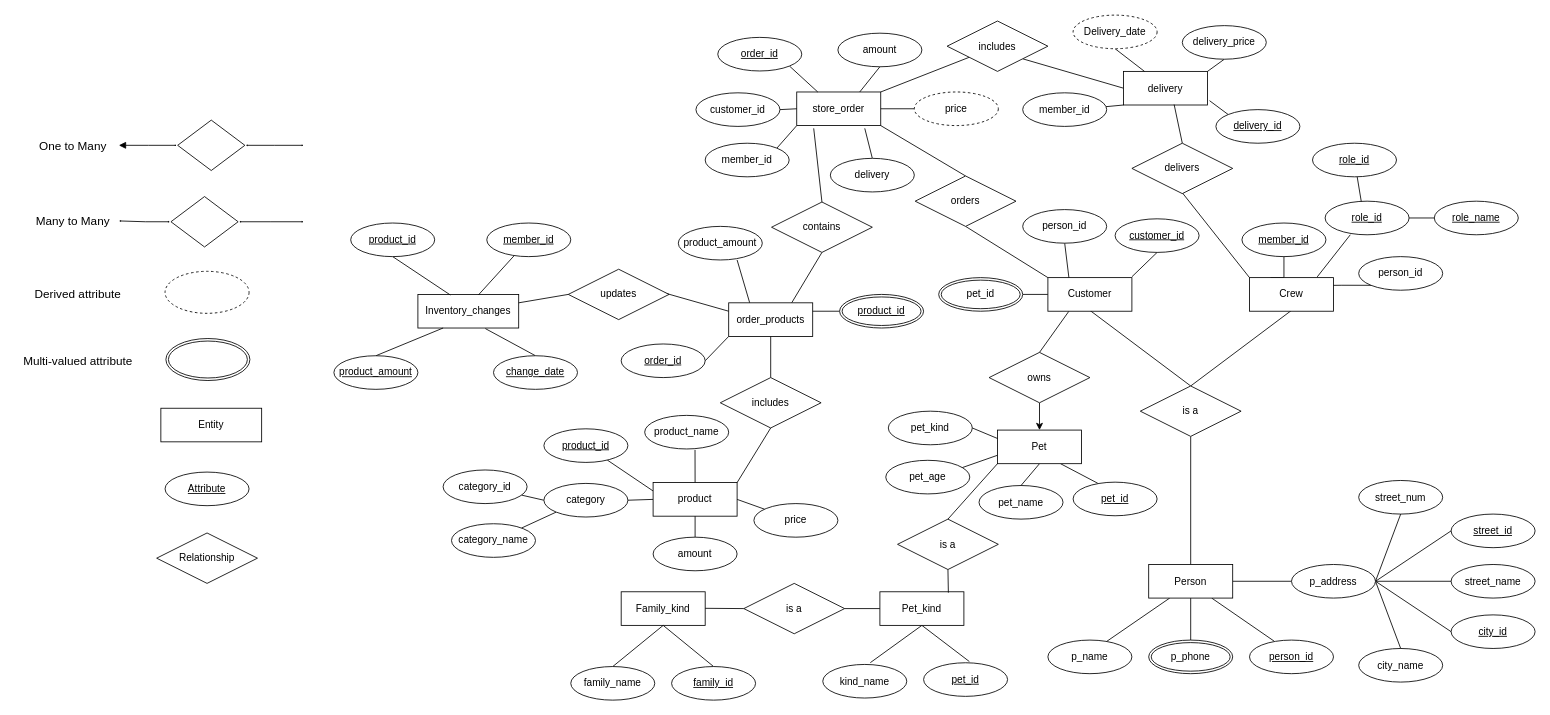
avivmoyal1/SQL_Project keeps this draw.io diagram as page 3 of 4 of pet_store.drawio. Above is the earlier version. Source tidied: cells renumbered, new cells numbered last; positions are measured from the earlier drawing's top-left corner, leaving out a move shared by most shapes. Both pictures are drawn from the tidied source at 84%, with x=0, y=0 at pixel (14, 14).
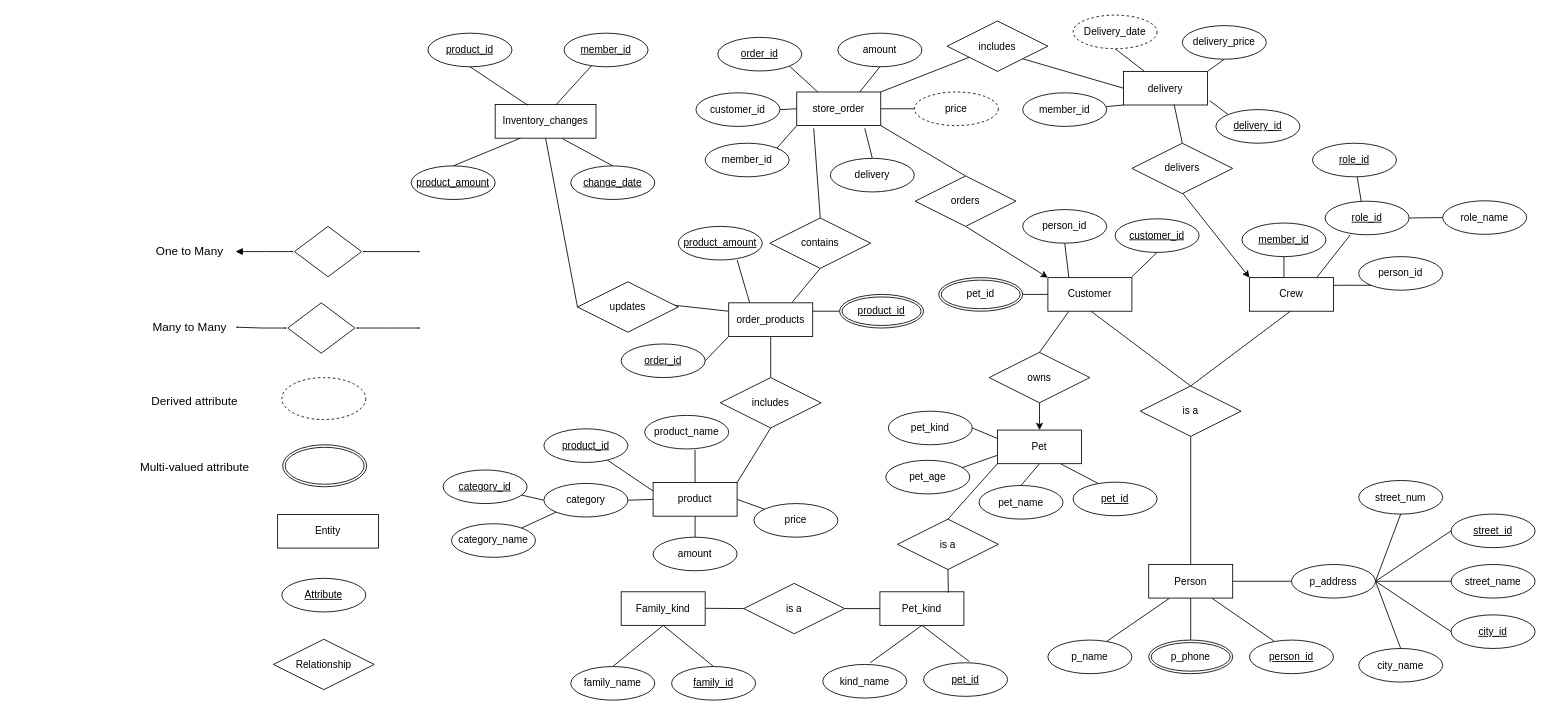
After the change.

The change refers to these unchanged cells:
```xml
<mxCell id="52" value="Customer" style="whiteSpace=wrap;html=1;align=center;" parent="1" vertex="1">
  <mxGeometry x="1230" y="313" width="100" height="40" as="geometry" />
</mxCell>
<mxCell id="55" value="Crew" style="whiteSpace=wrap;html=1;align=center;" parent="1" vertex="1">
  <mxGeometry x="1470" y="313" width="100" height="40" as="geometry" />
</mxCell>
<mxCell id="64" value="role_id" style="ellipse;whiteSpace=wrap;html=1;align=center;fontStyle=4;" parent="1" vertex="1">
  <mxGeometry x="1560" y="222" width="100" height="40" as="geometry" />
</mxCell>
<mxCell id="125" value="&lt;span style=&quot;text-align: left;&quot;&gt;orders&lt;/span&gt;" style="shape=rhombus;perimeter=rhombusPerimeter;whiteSpace=wrap;html=1;align=center;" parent="1" vertex="1">
  <mxGeometry x="1072" y="192" width="120" height="60" as="geometry" />
</mxCell>
```

Diff of the diagram source:
```diff
@@
-    <mxCell id="51" style="edgeStyle=none;rounded=0;sketch=0;jumpStyle=none;jettySize=auto;html=1;exitX=0;exitY=0;exitDx=0;exitDy=0;entryX=0.5;entryY=1;entryDx=0;entryDy=0;endArrow=none;endFill=0;" parent="1" edge="1" source="52" target="125">
+    <mxCell id="51" style="edgeStyle=none;rounded=0;sketch=0;jumpStyle=none;jettySize=auto;html=1;exitX=0;exitY=0;exitDx=0;exitDy=0;entryX=0.5;entryY=1;entryDx=0;entryDy=0;endArrow=none;endFill=0;startArrow=classic;startFill=1;" parent="1" edge="1" source="52" target="125">
       <mxGeometry relative="1" as="geometry" />
     </mxCell>
@@
-    <mxCell id="54" style="edgeStyle=none;rounded=0;sketch=0;jumpStyle=none;jettySize=auto;html=1;exitX=0;exitY=0;exitDx=0;exitDy=0;endArrow=none;endFill=0;" parent="1" edge="1" source="55">
+    <mxCell id="54" style="edgeStyle=none;rounded=0;sketch=0;jumpStyle=none;jettySize=auto;html=1;exitX=0;exitY=0;exitDx=0;exitDy=0;endArrow=none;endFill=0;startArrow=classic;startFill=1;" parent="1" edge="1" source="55">
       <mxGeometry relative="1" as="geometry">
         <mxPoint x="1390" y="212" as="targetPoint" />
       </mxGeometry>
     </mxCell>
@@
-    <mxCell id="63" style="edgeStyle=none;rounded=0;sketch=0;jumpStyle=none;jettySize=auto;html=1;exitX=1;exitY=0.5;exitDx=0;exitDy=0;entryX=0;entryY=0.5;entryDx=0;entryDy=0;endArrow=none;endFill=0;" parent="1" edge="1" source="64" target="66">
+    <mxCell id="63" style="rounded=0;jettySize=auto;html=1;exitX=1;exitY=0.5;exitDx=0;exitDy=0;entryX=0;entryY=0.5;entryDx=0;entryDy=0;endArrow=none;endFill=0;" parent="1" edge="1" source="64" target="66">
       <mxGeometry relative="1" as="geometry" />
     </mxCell>
@@
-    <mxCell id="66" value="role_name" style="ellipse;whiteSpace=wrap;html=1;align=center;fontStyle=4;" parent="1" vertex="1">
-      <mxGeometry x="1690" y="222" width="100" height="40" as="geometry" />
-    </mxCell>
@@
-    <mxCell id="89" value="category_id" style="ellipse;whiteSpace=wrap;html=1;align=center;" parent="1" vertex="1">
+    <mxCell id="89" value="&lt;u&gt;category_id&lt;/u&gt;" style="ellipse;whiteSpace=wrap;html=1;align=center;" parent="1" vertex="1">
       <mxGeometry x="510" y="542" width="100" height="40" as="geometry" />
     </mxCell>
@@
-    <mxCell id="104" value="product_amount" style="ellipse;whiteSpace=wrap;html=1;align=center;" parent="1" vertex="1">
+    <mxCell id="104" value="&lt;u&gt;product_amount&lt;/u&gt;" style="ellipse;whiteSpace=wrap;html=1;align=center;" parent="1" vertex="1">
       <mxGeometry x="790" y="252" width="100" height="40" as="geometry" />
     </mxCell>
@@
     <mxCell id="126" value="&lt;div style=&quot;text-align: left;&quot;&gt;&lt;span style=&quot;background-color: initial;&quot;&gt;contains&lt;/span&gt;&lt;/div&gt;" style="shape=rhombus;perimeter=rhombusPerimeter;whiteSpace=wrap;html=1;align=center;" parent="1" vertex="1">
-      <mxGeometry x="901" y="223" width="120" height="60" as="geometry" />
+      <mxGeometry x="899" y="242" width="120" height="60" as="geometry" />
     </mxCell>
@@
     <mxCell id="130" value="Inventory_changes" style="whiteSpace=wrap;html=1;align=center;" parent="1" vertex="1">
-      <mxGeometry x="480" y="333" width="120" height="40" as="geometry" />
+      <mxGeometry x="572" y="107" width="120" height="40" as="geometry" />
     </mxCell>
@@
     <mxCell id="132" value="&lt;span style=&quot;text-align: left;&quot;&gt;product_id&lt;/span&gt;" style="ellipse;whiteSpace=wrap;html=1;align=center;fontStyle=4;" parent="1" vertex="1">
-      <mxGeometry x="400" y="248" width="100" height="40" as="geometry" />
+      <mxGeometry x="492" y="22" width="100" height="40" as="geometry" />
     </mxCell>
@@
     <mxCell id="134" value="&lt;span style=&quot;text-align: left;&quot;&gt;member_id&lt;/span&gt;" style="ellipse;whiteSpace=wrap;html=1;align=center;fontStyle=4;" parent="1" vertex="1">
-      <mxGeometry x="562" y="248" width="100" height="40" as="geometry" />
+      <mxGeometry x="654" y="22" width="100" height="40" as="geometry" />
     </mxCell>
@@
     <mxCell id="136" value="&lt;span style=&quot;text-align: left;&quot;&gt;product_amount&lt;/span&gt;" style="ellipse;whiteSpace=wrap;html=1;align=center;fontStyle=4;" parent="1" vertex="1">
-      <mxGeometry x="380" y="406" width="100" height="40" as="geometry" />
+      <mxGeometry x="472" y="180" width="100" height="40" as="geometry" />
     </mxCell>
@@
     <mxCell id="138" value="&lt;div style=&quot;text-align: left;&quot;&gt;&lt;span style=&quot;background-color: initial;&quot;&gt;change_date&lt;/span&gt;&lt;/div&gt;" style="ellipse;whiteSpace=wrap;html=1;align=center;fontStyle=4;" parent="1" vertex="1">
-      <mxGeometry x="570" y="406" width="100" height="40" as="geometry" />
+      <mxGeometry x="662" y="180" width="100" height="40" as="geometry" />
     </mxCell>
@@
-    <mxCell id="140" style="edgeStyle=none;rounded=0;sketch=0;jumpStyle=none;jettySize=auto;html=1;exitX=0;exitY=0.5;exitDx=0;exitDy=0;entryX=1;entryY=0.25;entryDx=0;entryDy=0;endArrow=none;endFill=0;" parent="1" edge="1" source="141" target="130">
+    <mxCell id="140" style="edgeStyle=none;rounded=0;sketch=0;jumpStyle=none;jettySize=auto;html=1;exitX=0;exitY=0.5;exitDx=0;exitDy=0;entryX=0.5;entryY=1;entryDx=0;entryDy=0;endArrow=none;endFill=0;" parent="1" edge="1" source="141" target="130">
       <mxGeometry relative="1" as="geometry" />
     </mxCell>
     <mxCell id="141" value="&lt;div style=&quot;text-align: left;&quot;&gt;&lt;span style=&quot;background-color: initial;&quot;&gt;updates&lt;/span&gt;&lt;/div&gt;" style="shape=rhombus;perimeter=rhombusPerimeter;whiteSpace=wrap;html=1;align=center;" parent="1" vertex="1">
-      <mxGeometry x="659" y="303" width="120" height="60" as="geometry" />
+      <mxGeometry x="670" y="318" width="120" height="60" as="geometry" />
     </mxCell>
     <mxCell id="142" style="edgeStyle=orthogonalEdgeStyle;rounded=0;jettySize=auto;html=1;startArrow=block;startFill=1;endArrow=block;endFill=1;startSize=0;endSize=0;sourcePerimeterSpacing=1;" parent="1" edge="1" source="144">
       <mxGeometry relative="1" as="geometry">
-        <mxPoint x="344" y="155.5" as="targetPoint" />
+        <mxPoint x="483" y="282" as="targetPoint" />
       </mxGeometry>
     </mxCell>
     <mxCell id="143" style="edgeStyle=orthogonalEdgeStyle;rounded=0;jettySize=auto;html=1;startArrow=block;startFill=1;endArrow=block;endFill=1;startSize=0;endSize=6;sourcePerimeterSpacing=1;" parent="1" edge="1" source="144">
       <mxGeometry relative="1" as="geometry">
-        <mxPoint x="124" y="155.5" as="targetPoint" />
+        <mxPoint x="263" y="282" as="targetPoint" />
       </mxGeometry>
     </mxCell>
     <mxCell id="144" style="rhombus;whiteSpace=wrap;html=1;" parent="1" vertex="1">
-      <mxGeometry x="194" y="125.5" width="80" height="60" as="geometry" />
+      <mxGeometry x="333" y="252" width="80" height="60" as="geometry" />
     </mxCell>
     <mxCell id="145" value="One to Many" style="text;html=1;align=center;verticalAlign=middle;strokeColor=none;fillColor=none;fontSize=14;" parent="1" vertex="1">
-      <mxGeometry x="19" y="140.5" width="100" height="30" as="geometry" />
+      <mxGeometry x="158" y="267" width="100" height="30" as="geometry" />
     </mxCell>
     <mxCell id="146" style="edgeStyle=orthogonalEdgeStyle;rounded=0;jettySize=auto;html=1;startArrow=block;startFill=1;endArrow=block;endFill=1;startSize=0;endSize=0;sourcePerimeterSpacing=1;" parent="1" edge="1" source="148">
       <mxGeometry relative="1" as="geometry">
-        <mxPoint x="124" y="245.5" as="targetPoint" />
+        <mxPoint x="263" y="372" as="targetPoint" />
       </mxGeometry>
     </mxCell>
     <mxCell id="147" style="edgeStyle=orthogonalEdgeStyle;rounded=0;jettySize=auto;html=1;fontSize=14;startArrow=block;startFill=1;endArrow=block;endFill=1;startSize=0;endSize=0;sourcePerimeterSpacing=1;" parent="1" edge="1" source="148">
       <mxGeometry relative="1" as="geometry">
-        <mxPoint x="344" y="246.5" as="targetPoint" />
+        <mxPoint x="483" y="373" as="targetPoint" />
       </mxGeometry>
     </mxCell>
     <mxCell id="148" style="rhombus;whiteSpace=wrap;html=1;" parent="1" vertex="1">
-      <mxGeometry x="186" y="216.5" width="80" height="60" as="geometry" />
+      <mxGeometry x="325" y="343" width="80" height="60" as="geometry" />
     </mxCell>
     <mxCell id="149" value="Many to Many" style="text;html=1;align=center;verticalAlign=middle;strokeColor=none;fillColor=none;fontSize=14;" parent="1" vertex="1">
-      <mxGeometry x="14" y="230.5" width="110" height="30" as="geometry" />
+      <mxGeometry x="153" y="357" width="110" height="30" as="geometry" />
     </mxCell>
     <mxCell id="150" style="ellipse;whiteSpace=wrap;html=1;dashed=1;" parent="1" vertex="1">
-      <mxGeometry x="179" y="305.5" width="100" height="50" as="geometry" />
+      <mxGeometry x="318" y="432" width="100" height="50" as="geometry" />
     </mxCell>
     <mxCell id="151" style="ellipse;shape=doubleEllipse;margin=3;whiteSpace=wrap;html=1;align=center;strokeColor=#000000;" parent="1" vertex="1">
-      <mxGeometry x="180" y="385.5" width="100" height="50" as="geometry" />
+      <mxGeometry x="319" y="512" width="100" height="50" as="geometry" />
     </mxCell>
     <mxCell id="152" value="Multi-valued attribute" style="text;html=1;align=center;verticalAlign=middle;strokeColor=none;fillColor=none;fontSize=14;" parent="1" vertex="1">
-      <mxGeometry y="397" width="150" height="30" as="geometry" />
+      <mxGeometry x="139" y="523.5" width="150" height="30" as="geometry" />
     </mxCell>
     <mxCell id="153" value="Derived attribute" style="text;html=1;align=center;verticalAlign=middle;strokeColor=none;fillColor=none;fontSize=14;" parent="1" vertex="1">
-      <mxGeometry x="10" y="318" width="130" height="30" as="geometry" />
+      <mxGeometry x="149" y="444.5" width="130" height="30" as="geometry" />
     </mxCell>
     <mxCell id="154" value="Entity" style="whiteSpace=wrap;html=1;align=center;" parent="1" vertex="1">
-      <mxGeometry x="174" y="468.5" width="120" height="40" as="geometry" />
+      <mxGeometry x="313" y="595" width="120" height="40" as="geometry" />
     </mxCell>
     <mxCell id="155" value="&lt;div style=&quot;text-align: left;&quot;&gt;&lt;span style=&quot;background-color: initial;&quot;&gt;Relationship&lt;/span&gt;&lt;/div&gt;" style="shape=rhombus;perimeter=rhombusPerimeter;whiteSpace=wrap;html=1;align=center;" parent="1" vertex="1">
-      <mxGeometry x="169" y="617" width="120" height="60" as="geometry" />
+      <mxGeometry x="308" y="743.5" width="120" height="60" as="geometry" />
     </mxCell>
     <mxCell id="156" value="&lt;span style=&quot;text-align: left;&quot;&gt;Attribute&lt;/span&gt;" style="ellipse;whiteSpace=wrap;html=1;align=center;fontStyle=4;" parent="1" vertex="1">
-      <mxGeometry x="179" y="544.5" width="100" height="40" as="geometry" />
+      <mxGeometry x="318" y="671" width="100" height="40" as="geometry" />
     </mxCell>
+    <mxCell id="66" value="role_name" style="ellipse;whiteSpace=wrap;html=1;align=center;" parent="1" vertex="1">
+      <mxGeometry x="1700" y="221.5" width="100" height="40" as="geometry" />
+    </mxCell>
```
